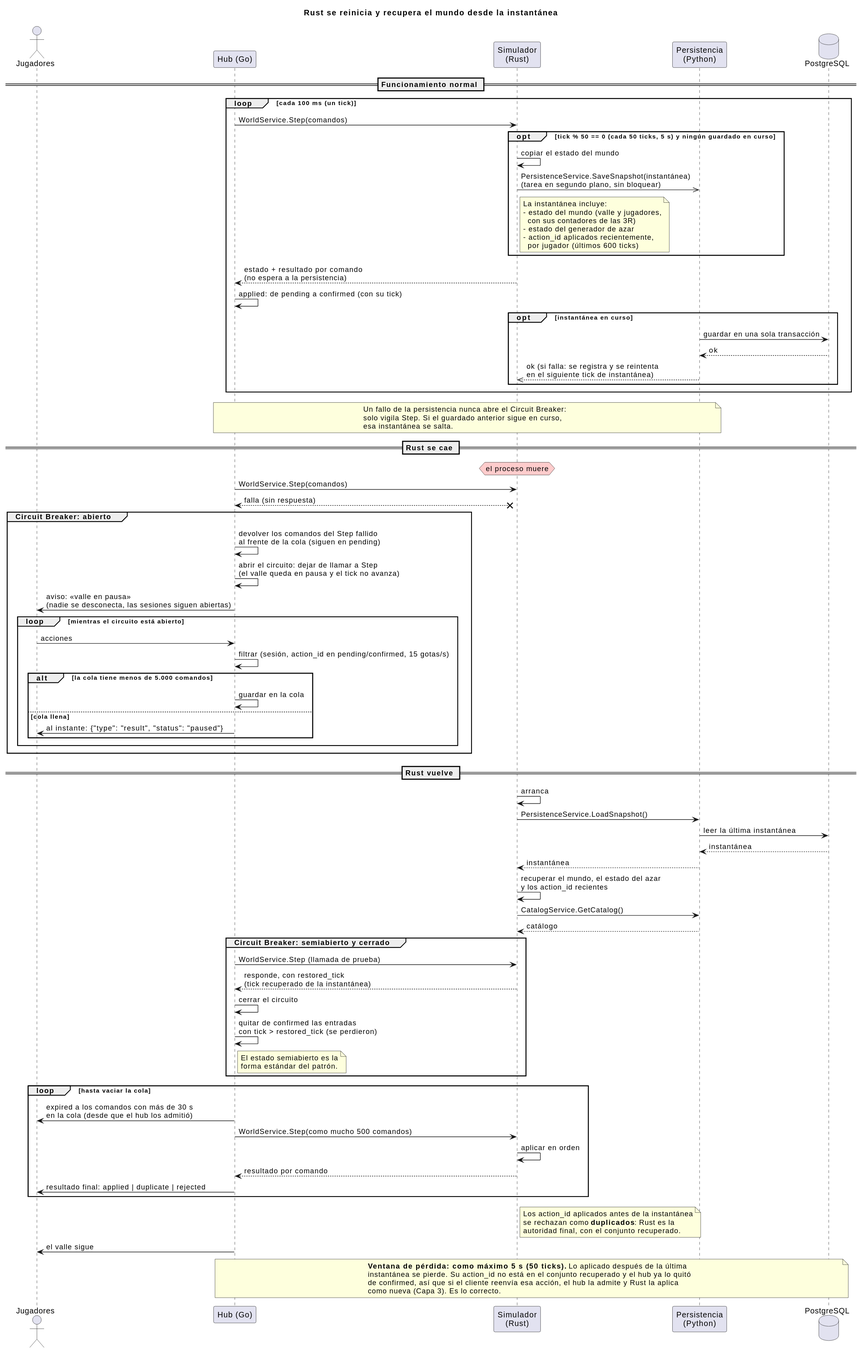
The PlantUML diagram docs/diagrams/04-secuencia-reinicio-rust.svg in iadev2005/hydrovalley, before a commit.
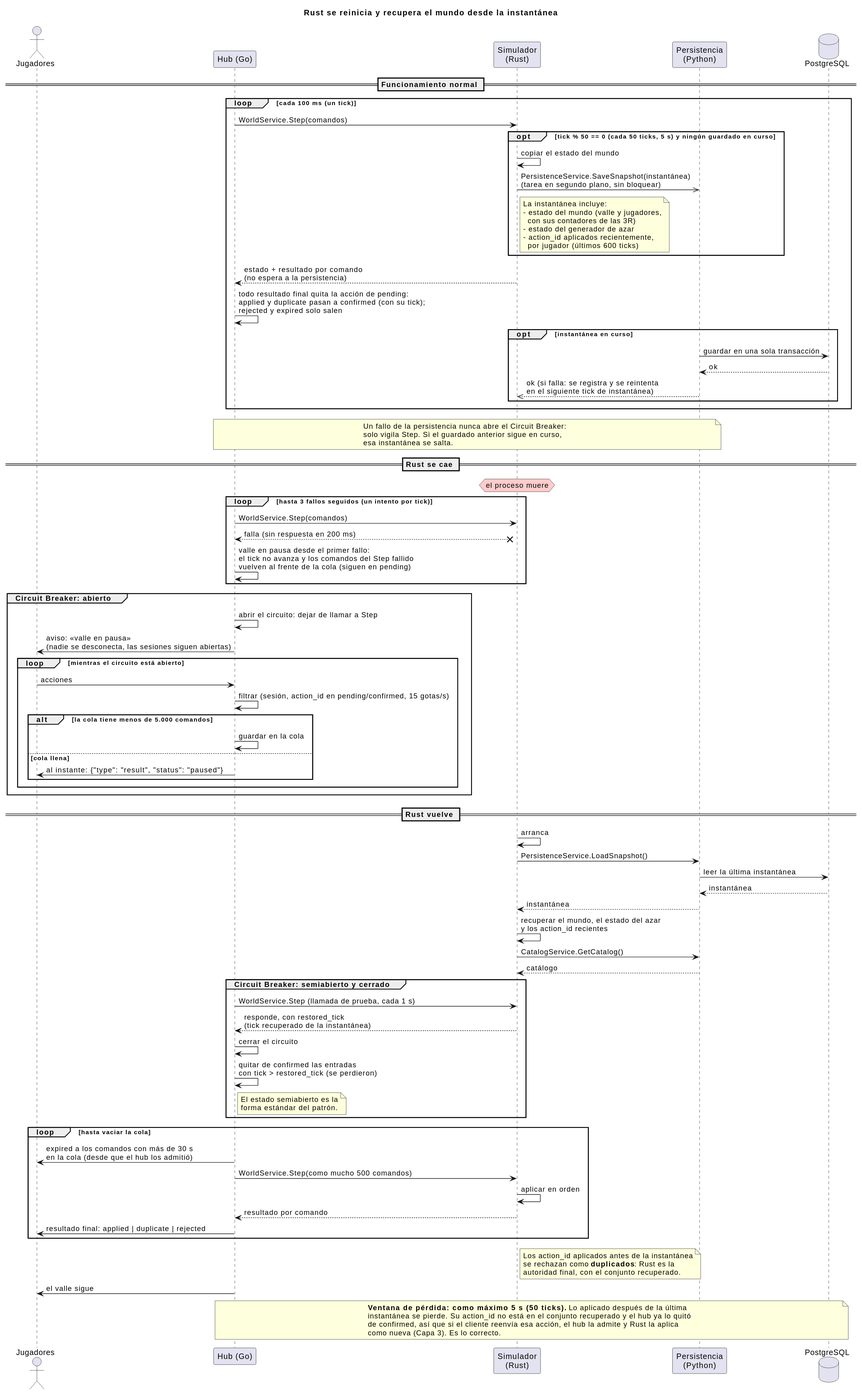
Above is the later version.

The edit, as a diff of the source:
```diff
@@ -24,7 +24,7 @@
     end note
   end
   World --> Hub : estado + resultado por comando\n(no espera a la persistencia)
-  Hub -> Hub : applied: de pending a confirmed (con su tick)
+  Hub -> Hub : todo resultado final quita la acción de pending:\napplied y duplicate pasan a confirmed (con su tick);\nrejected y expired solo salen
   opt instantánea en curso
     Persistence -> Db : guardar en una sola transacción
     Db --> Persistence : ok
@@ -40,12 +40,14 @@
 == Rust se cae ==
 
 hnote over World #FFCCCC : el proceso muere
-Hub -> World : WorldService.Step(comandos)
-Hub <--x World : falla (sin respuesta)
+loop hasta 3 fallos seguidos (un intento por tick)
+  Hub -> World : WorldService.Step(comandos)
+  Hub <--x World : falla (sin respuesta en 200 ms)
+  Hub -> Hub : valle en pausa desde el primer fallo:\nel tick no avanza y los comandos del Step fallido\nvuelven al frente de la cola (siguen en pending)
+end
 
 group Circuit Breaker: abierto
-  Hub -> Hub : devolver los comandos del Step fallido\nal frente de la cola (siguen en pending)
-  Hub -> Hub : abrir el circuito: dejar de llamar a Step\n(el valle queda en pausa y el tick no avanza)
+  Hub -> Hub : abrir el circuito: dejar de llamar a Step
   Hub -> Players : aviso: «valle en pausa»\n(nadie se desconecta, las sesiones siguen abiertas)
   loop mientras el circuito está abierto
     Players -> Hub : acciones
@@ -70,7 +72,7 @@
 Persistence --> World : catálogo
 
 group Circuit Breaker: semiabierto y cerrado
-  Hub -> World : WorldService.Step (llamada de prueba)
+  Hub -> World : WorldService.Step (llamada de prueba, cada 1 s)
   World --> Hub : responde, con restored_tick\n(tick recuperado de la instantánea)
   Hub -> Hub : cerrar el circuito
   Hub -> Hub : quitar de confirmed las entradas\ncon tick > restored_tick (se perdieron)
```
